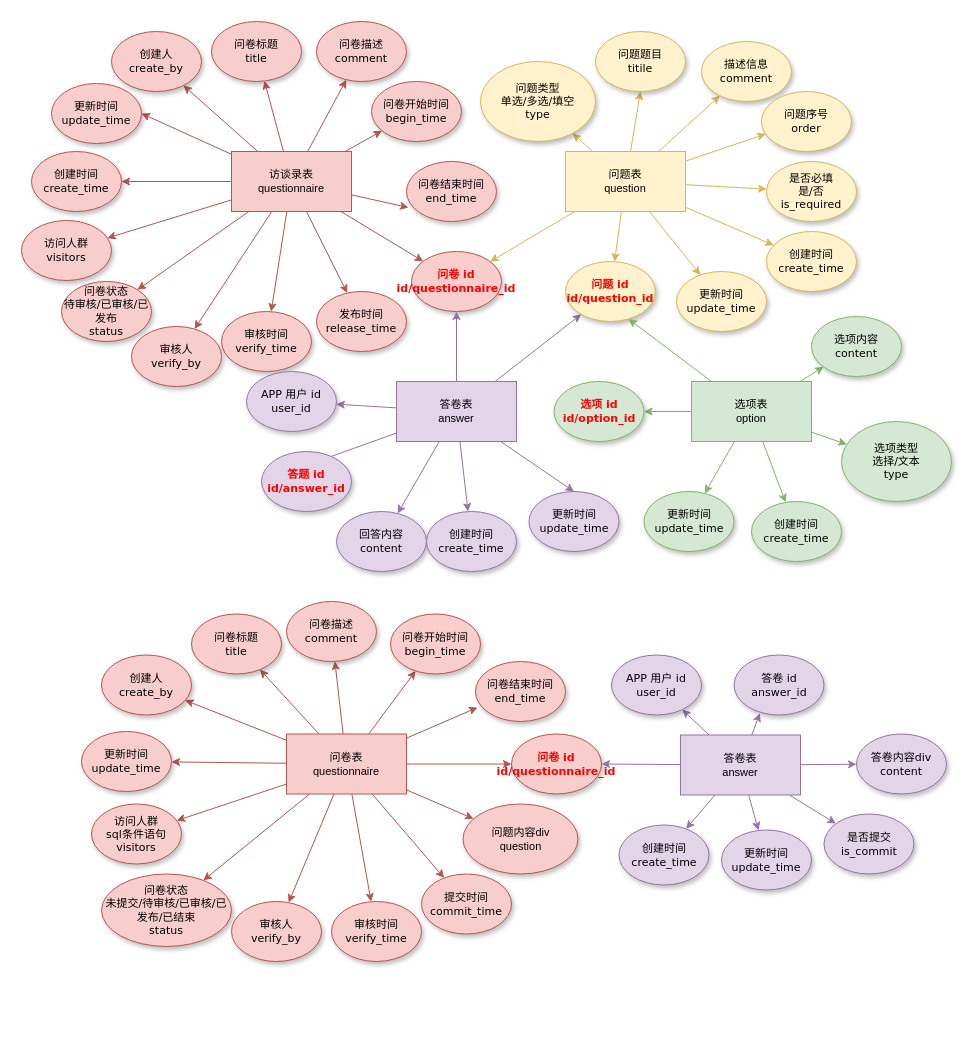
Before: 访谈录ER.drawio in Eurkon/Diagrams, a draw.io diagram. Source tidied: cells renumbered, new cells numbered last; positions are measured from the earlier drawing's top-left corner, leaving out a move shared by most shapes. Both pictures are drawn from the tidied source at 100%, with x=0, y=0 at pixel (21, 21).
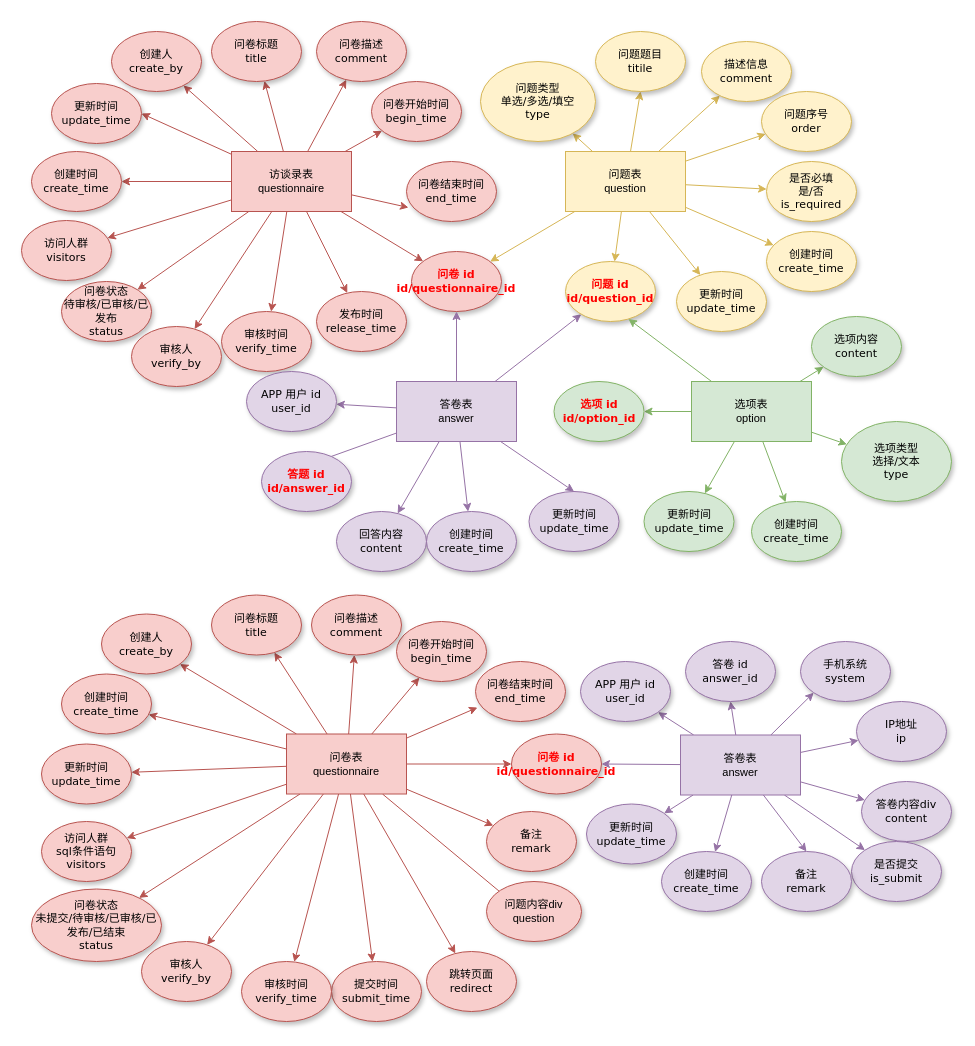
Above is the later version.

Commit message:
更新访谈录ER.drawio

Unchanged cells that the change refers to:
```xml
<mxCell id="84" value="问卷表&lt;br style=&quot;font-size: 11px&quot;&gt;questionnaire" style="rounded=0;whiteSpace=wrap;html=1;fontSize=11;fillColor=#f8cecc;strokeColor=#b85450;" parent="1" vertex="1">
  <mxGeometry x="265" y="712.5" width="120" height="60" as="geometry" />
</mxCell>
<mxCell id="92" value="答卷表&lt;br style=&quot;font-size: 11px;&quot;&gt;answer" style="rounded=0;whiteSpace=wrap;html=1;fontSize=11;fillColor=#e1d5e7;strokeColor=#9673a6;" parent="1" vertex="1">
  <mxGeometry x="659" y="713.5" width="120" height="60" as="geometry" />
</mxCell>
```

Change to the diagram source:
```diff
@@
-    <mxCell id="81" style="edgeStyle=none;rounded=0;jettySize=auto;html=1;fontSize=11;fillColor=#f8cecc;strokeColor=#b85450;" parent="1" edge="1" source="84" target="106">
-      <mxGeometry relative="1" as="geometry" />
+    <mxCell id="81" style="edgeStyle=none;rounded=0;jettySize=auto;html=1;fontSize=11;fillColor=#f8cecc;strokeColor=#b85450;" parent="1" edge="1" source="84">
+      <mxGeometry relative="1" as="geometry">
+        <mxPoint x="490" y="880" as="targetPoint" />
+      </mxGeometry>
     </mxCell>
@@
+    <mxCell id="114" style="edgeStyle=none;rounded=0;jettySize=auto;html=1;fillColor=#f8cecc;strokeColor=#b85450;" parent="1" edge="1" source="84" target="122">
+      <mxGeometry relative="1" as="geometry" />
+    </mxCell>
+    <mxCell id="115" style="edgeStyle=none;rounded=0;jettySize=auto;html=1;fillColor=#f8cecc;strokeColor=#b85450;" parent="1" edge="1" source="84" target="123">
+      <mxGeometry relative="1" as="geometry" />
+    </mxCell>
+    <mxCell id="116" style="edgeStyle=none;rounded=0;jettySize=auto;html=1;fillColor=#f8cecc;strokeColor=#b85450;" parent="1" edge="1" source="84" target="124">
+      <mxGeometry relative="1" as="geometry" />
+    </mxCell>
@@
-    <mxCell id="90" style="edgeStyle=none;rounded=0;jettySize=auto;html=1;entryX=0.287;entryY=0.972;entryDx=0;entryDy=0;entryPerimeter=0;fontSize=11;fillColor=#e1d5e7;strokeColor=#9673a6;" parent="1" edge="1" source="92" target="107">
+    <mxCell id="90" style="edgeStyle=none;rounded=0;jettySize=auto;html=1;entryX=0.5;entryY=1;entryDx=0;entryDy=0;fontSize=11;fillColor=#e1d5e7;strokeColor=#9673a6;" parent="1" edge="1" source="92" target="107">
       <mxGeometry relative="1" as="geometry" />
     </mxCell>
@@
+    <mxCell id="117" style="rounded=0;jettySize=auto;html=1;entryX=0;entryY=1;entryDx=0;entryDy=0;fillColor=#e1d5e7;strokeColor=#9673a6;" parent="1" edge="1" source="92" target="120">
+      <mxGeometry relative="1" as="geometry" />
+    </mxCell>
+    <mxCell id="118" style="edgeStyle=none;rounded=0;jettySize=auto;html=1;fillColor=#e1d5e7;strokeColor=#9673a6;" parent="1" edge="1" source="92" target="121">
+      <mxGeometry relative="1" as="geometry" />
+    </mxCell>
+    <mxCell id="119" style="edgeStyle=none;rounded=0;jettySize=auto;html=1;fillColor=#e1d5e7;strokeColor=#9673a6;entryX=0.5;entryY=0;entryDx=0;entryDy=0;" parent="1" edge="1" source="92" target="125">
+      <mxGeometry relative="1" as="geometry" />
+    </mxCell>
@@
     <mxCell id="93" value="问卷状态&lt;br style=&quot;font-size: 11px&quot;&gt;未提交/待审核/已审核/已发布/已结束&lt;br&gt;&lt;span style=&quot;font-size: 11px&quot;&gt;status&lt;/span&gt;" style="ellipse;whiteSpace=wrap;html=1;rounded=0;shadow=1;comic=0;labelBackgroundColor=none;strokeWidth=1;fontFamily=Verdana;fontSize=11;align=center;fillColor=#f8cecc;strokeColor=#b85450;" parent="1" vertex="1">
-      <mxGeometry x="80" y="852.5" width="130" height="72.5" as="geometry" />
+      <mxGeometry x="10" y="867.5" width="130" height="72.5" as="geometry" />
     </mxCell>
-    <mxCell id="94" value="提交时间&lt;br style=&quot;font-size: 11px&quot;&gt;commit_time" style="ellipse;whiteSpace=wrap;html=1;rounded=0;shadow=1;comic=0;labelBackgroundColor=none;strokeWidth=1;fontFamily=Verdana;fontSize=11;align=center;fillColor=#f8cecc;strokeColor=#b85450;" parent="1" vertex="1">
-      <mxGeometry x="400" y="852.5" width="90" height="60" as="geometry" />
+    <mxCell id="94" value="提交时间&lt;br style=&quot;font-size: 11px&quot;&gt;submit_time" style="ellipse;whiteSpace=wrap;html=1;rounded=0;shadow=1;comic=0;labelBackgroundColor=none;strokeWidth=1;fontFamily=Verdana;fontSize=11;align=center;fillColor=#f8cecc;strokeColor=#b85450;" parent="1" vertex="1">
+      <mxGeometry x="310" y="940" width="90" height="60" as="geometry" />
     </mxCell>
     <mxCell id="95" value="审核时间&lt;br style=&quot;font-size: 11px;&quot;&gt;verify_time" style="ellipse;whiteSpace=wrap;html=1;rounded=0;shadow=1;comic=0;labelBackgroundColor=none;strokeWidth=1;fontFamily=Verdana;fontSize=11;align=center;fillColor=#f8cecc;strokeColor=#b85450;" parent="1" vertex="1">
-      <mxGeometry x="310" y="880" width="90" height="60" as="geometry" />
+      <mxGeometry x="220" y="940" width="90" height="60" as="geometry" />
     </mxCell>
     <mxCell id="96" value="答卷内容div&lt;br&gt;content" style="ellipse;whiteSpace=wrap;html=1;rounded=0;shadow=1;comic=0;labelBackgroundColor=none;strokeWidth=1;fontFamily=Verdana;fontSize=11;align=center;fillColor=#e1d5e7;strokeColor=#9673a6;" parent="1" vertex="1">
-      <mxGeometry x="835" y="712.5" width="90" height="60" as="geometry" />
+      <mxGeometry x="840" y="760" width="90" height="60" as="geometry" />
     </mxCell>
     <mxCell id="97" value="问卷开始时间&lt;br style=&quot;font-size: 11px;&quot;&gt;begin_time" style="ellipse;whiteSpace=wrap;html=1;rounded=0;shadow=1;comic=0;labelBackgroundColor=none;strokeWidth=1;fontFamily=Verdana;fontSize=11;align=center;fillColor=#f8cecc;strokeColor=#b85450;" parent="1" vertex="1">
-      <mxGeometry x="369" y="592.5" width="90" height="60" as="geometry" />
+      <mxGeometry x="375" y="600" width="90" height="60" as="geometry" />
     </mxCell>
     <mxCell id="98" value="APP 用户 id&lt;br style=&quot;font-size: 11px&quot;&gt;user_id" style="ellipse;whiteSpace=wrap;html=1;rounded=0;shadow=1;comic=0;labelBackgroundColor=none;strokeWidth=1;fontFamily=Verdana;fontSize=11;align=center;fillColor=#e1d5e7;strokeColor=#9673a6;" parent="1" vertex="1">
-      <mxGeometry x="590" y="633.5" width="90" height="60" as="geometry" />
+      <mxGeometry x="559" y="640" width="90" height="60" as="geometry" />
     </mxCell>
     <mxCell id="99" value="问卷描述&lt;br style=&quot;font-size: 11px;&quot;&gt;comment" style="ellipse;whiteSpace=wrap;html=1;rounded=0;shadow=1;comic=0;labelBackgroundColor=none;strokeWidth=1;fontFamily=Verdana;fontSize=11;align=center;fillColor=#f8cecc;strokeColor=#b85450;" parent="1" vertex="1">
-      <mxGeometry x="265" y="580" width="90" height="60" as="geometry" />
+      <mxGeometry x="290" y="573.5" width="90" height="60" as="geometry" />
     </mxCell>
@@
     <mxCell id="101" value="问卷标题&lt;br style=&quot;font-size: 11px;&quot;&gt;title" style="ellipse;whiteSpace=wrap;html=1;rounded=0;shadow=1;comic=0;labelBackgroundColor=none;strokeWidth=1;fontFamily=Verdana;fontSize=11;align=center;fillColor=#f8cecc;strokeColor=#b85450;" parent="1" vertex="1">
-      <mxGeometry x="170" y="592.5" width="90" height="60" as="geometry" />
+      <mxGeometry x="190" y="573.5" width="90" height="60" as="geometry" />
     </mxCell>
     <mxCell id="102" value="更新时间&lt;br style=&quot;font-size: 11px;&quot;&gt;update_time" style="ellipse;whiteSpace=wrap;html=1;rounded=0;shadow=1;comic=0;labelBackgroundColor=none;strokeWidth=1;fontFamily=Verdana;fontSize=11;align=center;fillColor=#f8cecc;strokeColor=#b85450;" parent="1" vertex="1">
-      <mxGeometry x="60" y="710" width="90" height="60" as="geometry" />
+      <mxGeometry x="20" y="722.5" width="90" height="60" as="geometry" />
     </mxCell>
     <mxCell id="103" value="更新时间&lt;br&gt;update_time" style="ellipse;whiteSpace=wrap;html=1;rounded=0;shadow=1;comic=0;labelBackgroundColor=none;strokeWidth=1;fontFamily=Verdana;fontSize=11;align=center;fillColor=#e1d5e7;strokeColor=#9673a6;" parent="1" vertex="1">
-      <mxGeometry x="700" y="808.5" width="90" height="60" as="geometry" />
+      <mxGeometry x="565" y="782.5" width="90" height="60" as="geometry" />
     </mxCell>
     <mxCell id="104" value="创建时间&lt;br&gt;create_time" style="ellipse;whiteSpace=wrap;html=1;rounded=0;shadow=1;comic=0;labelBackgroundColor=none;strokeWidth=1;fontFamily=Verdana;fontSize=11;align=center;fillColor=#e1d5e7;strokeColor=#9673a6;" parent="1" vertex="1">
-      <mxGeometry x="597.5" y="803.5" width="90" height="60" as="geometry" />
+      <mxGeometry x="640" y="830" width="90" height="60" as="geometry" />
     </mxCell>
     <mxCell id="105" value="创建人&lt;br style=&quot;font-size: 11px&quot;&gt;create_by" style="ellipse;whiteSpace=wrap;html=1;rounded=0;shadow=1;comic=0;labelBackgroundColor=none;strokeWidth=1;fontFamily=Verdana;fontSize=11;align=center;fillColor=#f8cecc;strokeColor=#b85450;" parent="1" vertex="1">
-      <mxGeometry x="80" y="633.5" width="90" height="60" as="geometry" />
+      <mxGeometry x="80" y="592.5" width="90" height="60" as="geometry" />
     </mxCell>
     <mxCell id="106" value="&lt;span style=&quot;font-family: &amp;#34;helvetica&amp;#34;&quot;&gt;问题内容div&lt;/span&gt;&lt;br style=&quot;font-family: &amp;#34;helvetica&amp;#34;&quot;&gt;&lt;span style=&quot;font-family: &amp;#34;helvetica&amp;#34;&quot;&gt;question&lt;/span&gt;" style="ellipse;whiteSpace=wrap;html=1;rounded=0;shadow=1;comic=0;labelBackgroundColor=none;strokeWidth=1;fontFamily=Verdana;fontSize=11;align=center;fillColor=#f8cecc;strokeColor=#b85450;" parent="1" vertex="1">
-      <mxGeometry x="441.5" y="782.5" width="115" height="70" as="geometry" />
+      <mxGeometry x="465" y="860" width="95" height="60" as="geometry" />
     </mxCell>
     <mxCell id="107" value="答卷 id&lt;br style=&quot;font-size: 11px&quot;&gt;answer_id" style="ellipse;whiteSpace=wrap;html=1;rounded=0;shadow=1;comic=0;labelBackgroundColor=none;strokeWidth=1;fontFamily=Verdana;fontSize=11;align=center;fillColor=#e1d5e7;strokeColor=#9673a6;" parent="1" vertex="1">
-      <mxGeometry x="712.5" y="633.5" width="90" height="60" as="geometry" />
+      <mxGeometry x="664" y="620" width="90" height="60" as="geometry" />
     </mxCell>
@@
     <mxCell id="110" value="访问人群&lt;br&gt;sql条件语句&lt;br&gt;&lt;span style=&quot;font-size: 11px&quot;&gt;visitors&lt;/span&gt;" style="ellipse;whiteSpace=wrap;html=1;rounded=0;shadow=1;comic=0;labelBackgroundColor=none;strokeWidth=1;fontFamily=Verdana;fontSize=11;align=center;fillColor=#f8cecc;strokeColor=#b85450;" parent="1" vertex="1">
-      <mxGeometry x="70" y="782.5" width="90" height="60" as="geometry" />
+      <mxGeometry x="20" y="800" width="90" height="60" as="geometry" />
     </mxCell>
     <mxCell id="111" value="审核人&lt;br&gt;verify_by" style="ellipse;whiteSpace=wrap;html=1;rounded=0;shadow=1;comic=0;labelBackgroundColor=none;strokeWidth=1;fontFamily=Verdana;fontSize=11;align=center;fillColor=#f8cecc;strokeColor=#b85450;" parent="1" vertex="1">
-      <mxGeometry x="210" y="880" width="90" height="60" as="geometry" />
+      <mxGeometry x="120" y="920" width="90" height="60" as="geometry" />
     </mxCell>
@@
-    <mxCell id="113" value="是否提交&lt;br&gt;is_commit" style="ellipse;whiteSpace=wrap;html=1;rounded=0;shadow=1;comic=0;labelBackgroundColor=none;strokeWidth=1;fontFamily=Verdana;fontSize=11;align=center;fillColor=#e1d5e7;strokeColor=#9673a6;" parent="1" vertex="1">
-      <mxGeometry x="802.5" y="792.5" width="90" height="60" as="geometry" />
+    <mxCell id="113" value="是否提交&lt;br&gt;is_submit" style="ellipse;whiteSpace=wrap;html=1;rounded=0;shadow=1;comic=0;labelBackgroundColor=none;strokeWidth=1;fontFamily=Verdana;fontSize=11;align=center;fillColor=#e1d5e7;strokeColor=#9673a6;" parent="1" vertex="1">
+      <mxGeometry x="830" y="820" width="90" height="60" as="geometry" />
     </mxCell>
+    <mxCell id="120" value="手机系统&lt;br&gt;system" style="ellipse;whiteSpace=wrap;html=1;rounded=0;shadow=1;comic=0;labelBackgroundColor=none;strokeWidth=1;fontFamily=Verdana;fontSize=11;align=center;fillColor=#e1d5e7;strokeColor=#9673a6;" parent="1" vertex="1">
+      <mxGeometry x="779" y="620" width="90" height="60" as="geometry" />
+    </mxCell>
+    <mxCell id="121" value="IP地址&lt;br&gt;ip" style="ellipse;whiteSpace=wrap;html=1;rounded=0;shadow=1;comic=0;labelBackgroundColor=none;strokeWidth=1;fontFamily=Verdana;fontSize=11;align=center;fillColor=#e1d5e7;strokeColor=#9673a6;" parent="1" vertex="1">
+      <mxGeometry x="835" y="680" width="90" height="60" as="geometry" />
+    </mxCell>
+    <mxCell id="122" value="创建时间&lt;br style=&quot;font-size: 11px&quot;&gt;create_time" style="ellipse;whiteSpace=wrap;html=1;rounded=0;shadow=1;comic=0;labelBackgroundColor=none;strokeWidth=1;fontFamily=Verdana;fontSize=11;align=center;fillColor=#f8cecc;strokeColor=#b85450;" parent="1" vertex="1">
+      <mxGeometry x="40" y="652.5" width="90" height="60" as="geometry" />
+    </mxCell>
+    <mxCell id="123" value="跳转页面&lt;br style=&quot;font-size: 11px&quot;&gt;redirect" style="ellipse;whiteSpace=wrap;html=1;rounded=0;shadow=1;comic=0;labelBackgroundColor=none;strokeWidth=1;fontFamily=Verdana;fontSize=11;align=center;fillColor=#f8cecc;strokeColor=#b85450;" parent="1" vertex="1">
+      <mxGeometry x="405" y="930" width="90" height="60" as="geometry" />
+    </mxCell>
+    <mxCell id="124" value="备注&lt;br style=&quot;font-size: 11px&quot;&gt;remark" style="ellipse;whiteSpace=wrap;html=1;rounded=0;shadow=1;comic=0;labelBackgroundColor=none;strokeWidth=1;fontFamily=Verdana;fontSize=11;align=center;fillColor=#f8cecc;strokeColor=#b85450;" parent="1" vertex="1">
+      <mxGeometry x="465" y="790" width="90" height="60" as="geometry" />
+    </mxCell>
+    <mxCell id="125" value="备注&lt;br style=&quot;font-size: 11px&quot;&gt;remark" style="ellipse;whiteSpace=wrap;html=1;rounded=0;shadow=1;comic=0;labelBackgroundColor=none;strokeWidth=1;fontFamily=Verdana;fontSize=11;align=center;fillColor=#e1d5e7;strokeColor=#9673a6;" parent="1" vertex="1">
+      <mxGeometry x="740" y="830" width="90" height="60" as="geometry" />
+    </mxCell>
```
